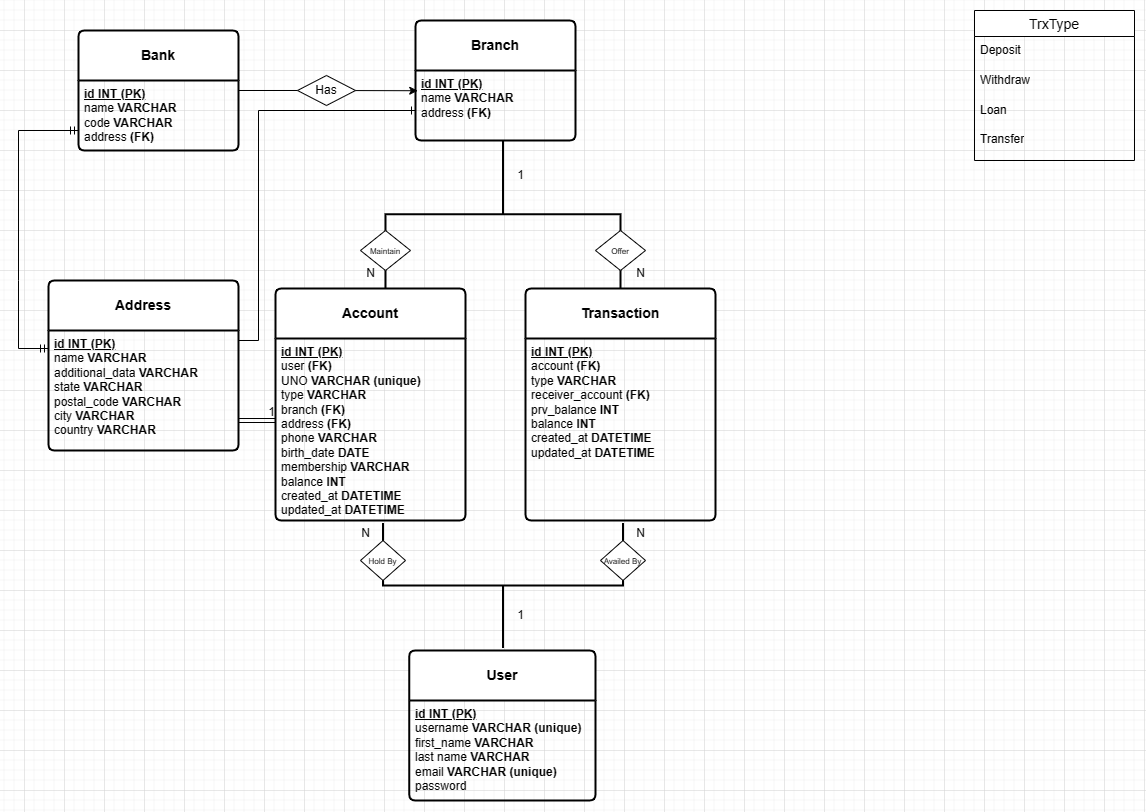
Before: bank_erd.drawio.png, a diagram exported from draw.io (mdahtotul/django_bank_api). Source tidied: cells renumbered, new cells last; positions are measured from the earlier drawing's top-left corner, leaving out a move shared by most shapes.
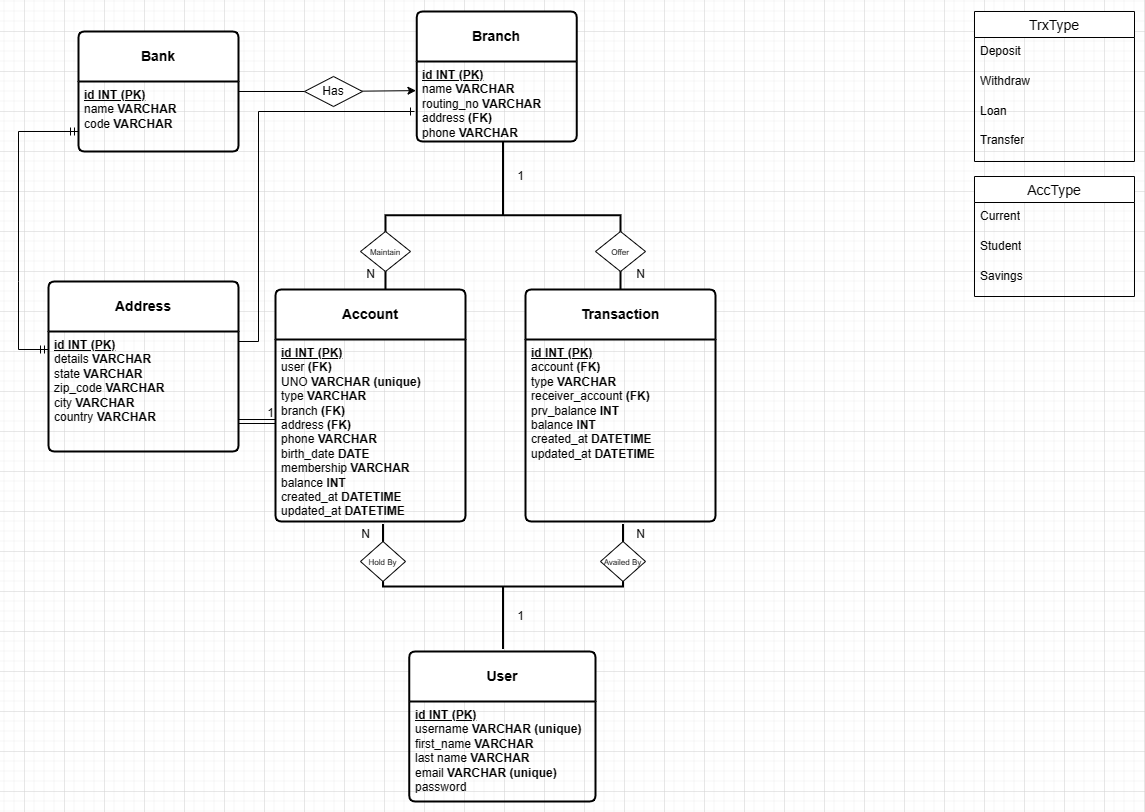
Later version of the same file.

Change to the diagram source:
```diff
@@ -2,20 +2,20 @@
   <root>
     <mxCell id="0" />
     <mxCell id="1" parent="0" />
-    <mxCell id="2" style="edgeStyle=orthogonalEdgeStyle;rounded=0;jettySize=auto;html=1;entryX=0.014;entryY=0.289;entryDx=0;entryDy=0;entryPerimeter=0;" parent="1" edge="1" source="3" target="6">
+    <mxCell id="2" style="edgeStyle=orthogonalEdgeStyle;rounded=0;jettySize=auto;html=1;entryX=-0.005;entryY=0.364;entryDx=0;entryDy=0;entryPerimeter=0;" parent="1" edge="1" source="3" target="6">
       <mxGeometry relative="1" as="geometry" />
     </mxCell>
     <mxCell id="3" value="&lt;b&gt;Bank&lt;/b&gt;" style="swimlane;horizontal=1;startSize=50;rounded=1;fontSize=14;fontStyle=0;strokeWidth=2;shadow=0;dashed=0;align=center;arcSize=4;whiteSpace=wrap;html=1;" parent="1" vertex="1">
       <mxGeometry x="60" y="20" width="160" height="120" as="geometry" />
     </mxCell>
-    <mxCell id="4" value="&lt;u style=&quot;font-weight: bold;&quot;&gt;id INT (PK)&lt;/u&gt;&lt;br&gt;name &lt;b&gt;VARCHAR&lt;/b&gt;&lt;br&gt;code &lt;b&gt;VARCHAR&lt;/b&gt;&lt;br&gt;address &lt;b&gt;(FK)&amp;nbsp;&lt;/b&gt;" style="align=left;strokeColor=none;fillColor=none;spacingLeft=4;fontSize=12;verticalAlign=top;html=1;" parent="3" vertex="1">
+    <mxCell id="4" value="&lt;u style=&quot;font-weight: bold;&quot;&gt;id INT (PK)&lt;/u&gt;&lt;br&gt;name &lt;b&gt;VARCHAR&lt;/b&gt;&lt;br&gt;code &lt;b&gt;VARCHAR&lt;/b&gt;" style="align=left;strokeColor=none;fillColor=none;spacingLeft=4;fontSize=12;verticalAlign=top;html=1;" parent="3" vertex="1">
       <mxGeometry y="50" width="160" height="70" as="geometry" />
     </mxCell>
     <mxCell id="5" value="&lt;b&gt;Branch&lt;/b&gt;" style="swimlane;horizontal=1;startSize=50;rounded=1;fontSize=14;fontStyle=0;strokeWidth=2;shadow=0;dashed=0;align=center;arcSize=4;whiteSpace=wrap;html=1;" parent="1" vertex="1">
-      <mxGeometry x="397" y="10" width="160" height="120" as="geometry" />
+      <mxGeometry x="398.2" width="160" height="130" as="geometry" />
     </mxCell>
-    <mxCell id="6" value="&lt;u style=&quot;font-weight: bold;&quot;&gt;id INT (PK)&lt;/u&gt;&lt;br&gt;name &lt;b&gt;VARCHAR&lt;/b&gt;&lt;br&gt;address &lt;b&gt;(FK)&amp;nbsp;&lt;/b&gt;" style="align=left;strokeColor=none;fillColor=none;spacingLeft=4;fontSize=12;verticalAlign=top;html=1;" parent="5" vertex="1">
-      <mxGeometry y="50" width="160" height="70" as="geometry" />
+    <mxCell id="6" value="&lt;u style=&quot;font-weight: bold;&quot;&gt;id INT (PK)&lt;/u&gt;&lt;br&gt;name &lt;b&gt;VARCHAR&lt;br&gt;&lt;/b&gt;routing_no &lt;b&gt;VARCHAR&lt;/b&gt;&lt;br&gt;address &lt;b&gt;(FK)&amp;nbsp;&lt;/b&gt;&lt;br&gt;phone&lt;b&gt;&amp;nbsp;VARCHAR&lt;br&gt;&lt;/b&gt;" style="align=left;strokeColor=none;fillColor=none;spacingLeft=4;fontSize=12;verticalAlign=top;html=1;" parent="5" vertex="1">
+      <mxGeometry y="50" width="160" height="80" as="geometry" />
     </mxCell>
     <mxCell id="7" style="strokeWidth=2;html=1;shape=mxgraph.flowchart.annotation_2;align=left;labelPosition=right;rotation=90;" parent="1" vertex="1">
       <mxGeometry x="410.8" y="86.2" width="147.5" height="235" as="geometry" />
@@ -74,7 +74,7 @@
     <mxCell id="25" value="&lt;b&gt;Address&lt;/b&gt;" style="swimlane;horizontal=1;startSize=50;rounded=1;fontSize=14;fontStyle=0;strokeWidth=2;shadow=0;dashed=0;align=center;arcSize=4;whiteSpace=wrap;html=1;" parent="1" vertex="1">
       <mxGeometry x="30" y="270" width="190" height="170" as="geometry" />
     </mxCell>
-    <mxCell id="26" value="&lt;u style=&quot;font-weight: bold;&quot;&gt;id INT (PK)&lt;/u&gt;&lt;br&gt;name &lt;b&gt;VARCHAR&lt;/b&gt;&lt;br&gt;additional_data &lt;b&gt;VARCHAR&lt;/b&gt;&lt;br&gt;state &lt;b&gt;VARCHAR&lt;/b&gt;&lt;br&gt;postal_code &lt;b&gt;VARCHAR&lt;/b&gt;&lt;br&gt;city &lt;b&gt;VARCHAR&lt;/b&gt;&lt;br&gt;country &lt;b&gt;VARCHAR&lt;/b&gt;" style="align=left;strokeColor=none;fillColor=none;spacingLeft=4;fontSize=12;verticalAlign=top;html=1;" parent="25" vertex="1">
+    <mxCell id="26" value="&lt;u style=&quot;font-weight: bold;&quot;&gt;id INT (PK)&lt;/u&gt;&lt;br&gt;details&lt;b&gt; VARCHAR&lt;/b&gt;&lt;br&gt;state &lt;b&gt;VARCHAR&lt;/b&gt;&lt;br&gt;zip_code &lt;b&gt;VARCHAR&lt;/b&gt;&lt;br&gt;city &lt;b&gt;VARCHAR&lt;/b&gt;&lt;br&gt;country &lt;b&gt;VARCHAR&lt;/b&gt;" style="align=left;strokeColor=none;fillColor=none;spacingLeft=4;fontSize=12;verticalAlign=top;html=1;" parent="25" vertex="1">
       <mxGeometry y="50" width="190" height="120" as="geometry" />
     </mxCell>
     <mxCell id="27" style="fontSize=12;html=1;endArrow=ERmandOne;startArrow=ERmandOne;rounded=0;elbow=vertical;" parent="1" edge="1">
@@ -88,9 +88,10 @@
         </Array>
       </mxGeometry>
     </mxCell>
-    <mxCell id="28" style="fontSize=12;html=1;endArrow=ERone;endFill=1;rounded=0;entryX=0;entryY=0.75;entryDx=0;entryDy=0;" parent="1" edge="1" target="5">
+    <mxCell id="28" style="fontSize=12;html=1;endArrow=ERone;endFill=1;rounded=0;" parent="1" edge="1">
       <mxGeometry relative="1" as="geometry">
         <mxPoint x="220" y="330" as="sourcePoint" />
+        <mxPoint x="396" y="100" as="targetPoint" />
         <Array as="points">
           <mxPoint x="240" y="330" />
           <mxPoint x="240" y="100" />
@@ -98,7 +99,7 @@
       </mxGeometry>
     </mxCell>
     <mxCell id="29" value="Has" style="shape=rhombus;perimeter=rhombusPerimeter;whiteSpace=wrap;html=1;align=center;" parent="1" vertex="1">
-      <mxGeometry x="279" y="65" width="58" height="30" as="geometry" />
+      <mxGeometry x="286" y="65" width="58" height="30" as="geometry" />
     </mxCell>
     <mxCell id="30" style="shape=link;html=1;rounded=0;exitX=1;exitY=0.75;exitDx=0;exitDy=0;" parent="1" edge="1" source="26">
       <mxGeometry relative="1" as="geometry">
@@ -120,5 +121,17 @@
     <mxCell id="35" value="Loan&lt;br&gt;&lt;br&gt;Transfer" style="text;strokeColor=none;fillColor=none;spacingLeft=4;spacingRight=4;overflow=hidden;fontSize=12;whiteSpace=wrap;html=1;fontStyle=0;" parent="32" vertex="1">
       <mxGeometry y="86" width="160" height="64" as="geometry" />
     </mxCell>
+    <mxCell id="36" value="AccType" style="swimlane;fontStyle=0;horizontal=1;startSize=26;align=center;fontSize=14;" parent="1" vertex="1">
+      <mxGeometry x="956" y="165" width="160" height="120" as="geometry" />
+    </mxCell>
+    <mxCell id="37" value="Current" style="text;strokeColor=none;fillColor=none;spacingLeft=4;spacingRight=4;overflow=hidden;fontSize=12;whiteSpace=wrap;html=1;" parent="36" vertex="1">
+      <mxGeometry y="26" width="160" height="30" as="geometry" />
+    </mxCell>
+    <mxCell id="38" value="Student" style="text;strokeColor=none;fillColor=none;spacingLeft=4;spacingRight=4;overflow=hidden;fontSize=12;whiteSpace=wrap;html=1;" parent="36" vertex="1">
+      <mxGeometry y="56" width="160" height="30" as="geometry" />
+    </mxCell>
+    <mxCell id="39" value="Savings" style="text;strokeColor=none;fillColor=none;spacingLeft=4;spacingRight=4;overflow=hidden;fontSize=12;whiteSpace=wrap;html=1;fontStyle=0;" parent="36" vertex="1">
+      <mxGeometry y="86" width="160" height="34" as="geometry" />
+    </mxCell>
   </root>
 </mxGraphModel>
```
